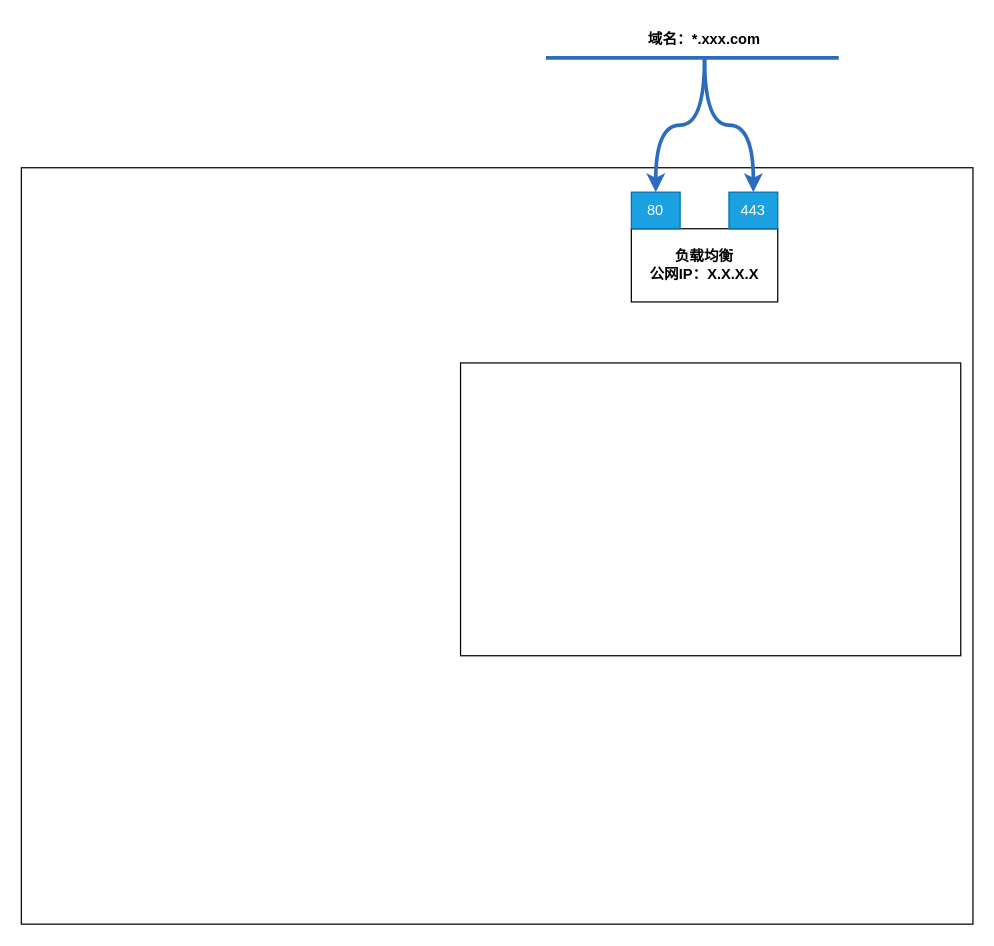
The draw.io diagram 汽车公司网络拓扑图-new.drawio in ammengke/my-drawio, before the edit. Source tidied: cells renumbered, new cells numbered last; positions are measured from the earlier drawing's top-left corner, leaving out a move shared by most shapes. Both pictures are drawn from the tidied source at 122%, with x=0, y=0 at pixel (21, 21).
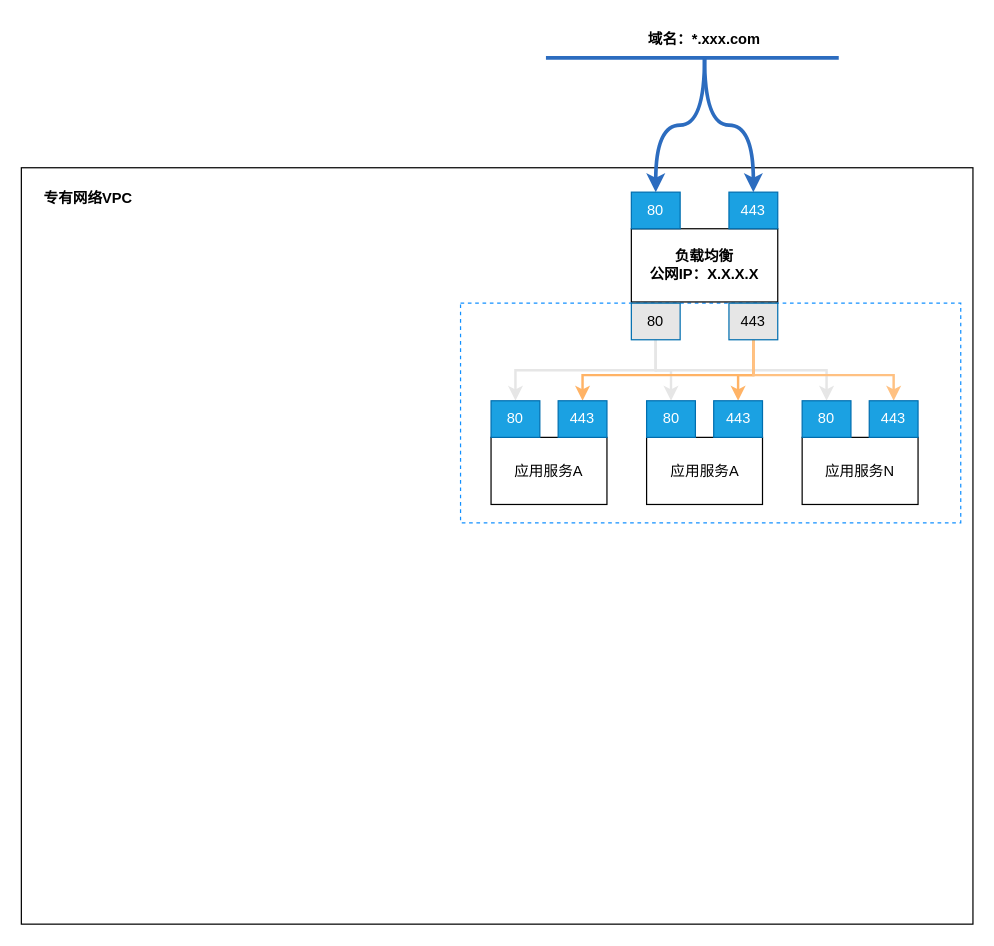
The same page after the edit.

Commit message (it also covers changes not shown here):
Update 汽车公司网络拓扑图-new.drawio

Change to the diagram source:
```diff
@@
-    <mxCell id="5" style="rounded=0;whiteSpace=wrap;html=1;" parent="1" vertex="1">
-      <mxGeometry x="360" y="280" width="410" height="240" as="geometry" />
+    <mxCell id="5" style="rounded=0;whiteSpace=wrap;html=1;dashed=1;strokeColor=#1290FF;" parent="1" vertex="1">
+      <mxGeometry x="360" y="231" width="410" height="180" as="geometry" />
     </mxCell>
@@
+    <mxCell id="11" value="应用服务A" style="rounded=0;whiteSpace=wrap;html=1;" parent="1" vertex="1">
+      <mxGeometry x="385" y="341" width="95" height="55" as="geometry" />
+    </mxCell>
+    <mxCell id="12" style="edgeStyle=elbowEdgeStyle;rounded=0;jettySize=auto;html=1;entryX=0.5;entryY=0;entryDx=0;entryDy=0;fontColor=#000000;strokeColor=#E6E6E6;strokeWidth=2;elbow=vertical;" parent="1" edge="1" source="17" target="22">
+      <mxGeometry relative="1" as="geometry" />
+    </mxCell>
+    <mxCell id="13" style="edgeStyle=elbowEdgeStyle;rounded=0;jettySize=auto;elbow=vertical;html=1;fontColor=#000000;strokeColor=#E6E6E6;strokeWidth=2;" parent="1" edge="1" source="17" target="26">
+      <mxGeometry relative="1" as="geometry" />
+    </mxCell>
+    <mxCell id="14" style="edgeStyle=elbowEdgeStyle;rounded=0;jettySize=auto;elbow=vertical;html=1;fontColor=#000000;strokeColor=#E6E6E6;strokeWidth=2;" parent="1" edge="1" source="17" target="5">
+      <mxGeometry relative="1" as="geometry" />
+    </mxCell>
+    <mxCell id="15" style="edgeStyle=elbowEdgeStyle;rounded=0;jettySize=auto;elbow=vertical;html=1;fontColor=#000000;strokeColor=#E6E6E6;strokeWidth=2;" parent="1" edge="1" source="17" target="5">
+      <mxGeometry relative="1" as="geometry" />
+    </mxCell>
+    <mxCell id="16" style="edgeStyle=elbowEdgeStyle;rounded=0;jettySize=auto;elbow=vertical;html=1;entryX=0.5;entryY=0;entryDx=0;entryDy=0;fontColor=#000000;strokeColor=#E6E6E6;strokeWidth=2;" parent="1" edge="1" source="17" target="28">
+      <mxGeometry relative="1" as="geometry" />
+    </mxCell>
+    <mxCell id="17" value="80" style="text;html=1;strokeColor=#006EAF;fillColor=#E6E6E6;align=center;verticalAlign=middle;whiteSpace=wrap;rounded=0;fontColor=#000000;" parent="1" vertex="1">
+      <mxGeometry x="500" y="231" width="40" height="30" as="geometry" />
+    </mxCell>
+    <mxCell id="18" style="edgeStyle=elbowEdgeStyle;rounded=0;jettySize=auto;elbow=vertical;html=1;fontColor=#000000;strokeColor=#FFB366;strokeWidth=2;" parent="1" edge="1" source="21" target="23">
+      <mxGeometry relative="1" as="geometry">
+        <Array as="points">
+          <mxPoint x="560" y="290" />
+          <mxPoint x="530" y="300" />
+        </Array>
+      </mxGeometry>
+    </mxCell>
+    <mxCell id="19" style="edgeStyle=elbowEdgeStyle;rounded=0;jettySize=auto;elbow=vertical;html=1;entryX=0.5;entryY=0;entryDx=0;entryDy=0;fontColor=#000000;strokeColor=#FFB366;strokeWidth=2;" parent="1" edge="1" source="21" target="27">
+      <mxGeometry relative="1" as="geometry">
+        <Array as="points">
+          <mxPoint x="600" y="290" />
+        </Array>
+      </mxGeometry>
+    </mxCell>
+    <mxCell id="20" style="edgeStyle=elbowEdgeStyle;rounded=0;jettySize=auto;elbow=vertical;html=1;fontColor=#000000;strokeColor=#FFC182;strokeWidth=2;" parent="1" edge="1" source="21" target="29">
+      <mxGeometry relative="1" as="geometry">
+        <Array as="points">
+          <mxPoint x="660" y="290" />
+        </Array>
+      </mxGeometry>
+    </mxCell>
+    <mxCell id="21" value="443" style="text;html=1;strokeColor=#006EAF;fillColor=#E6E6E6;align=center;verticalAlign=middle;whiteSpace=wrap;rounded=0;fontColor=#000000;" parent="1" vertex="1">
+      <mxGeometry x="580" y="231" width="40" height="30" as="geometry" />
+    </mxCell>
+    <mxCell id="22" value="80" style="text;html=1;strokeColor=#006EAF;fillColor=#1ba1e2;align=center;verticalAlign=middle;whiteSpace=wrap;rounded=0;fontColor=#ffffff;" parent="1" vertex="1">
+      <mxGeometry x="385" y="311" width="40" height="30" as="geometry" />
+    </mxCell>
+    <mxCell id="23" value="443" style="text;html=1;strokeColor=#006EAF;fillColor=#1ba1e2;align=center;verticalAlign=middle;whiteSpace=wrap;rounded=0;fontColor=#ffffff;" parent="1" vertex="1">
+      <mxGeometry x="440" y="311" width="40" height="30" as="geometry" />
+    </mxCell>
+    <mxCell id="24" value="应用服务A" style="rounded=0;whiteSpace=wrap;html=1;" parent="1" vertex="1">
+      <mxGeometry x="512.5" y="341" width="95" height="55" as="geometry" />
+    </mxCell>
+    <mxCell id="25" value="应用服务N" style="rounded=0;whiteSpace=wrap;html=1;" parent="1" vertex="1">
+      <mxGeometry x="640" y="341" width="95" height="55" as="geometry" />
+    </mxCell>
+    <mxCell id="26" value="80" style="text;html=1;strokeColor=#006EAF;fillColor=#1ba1e2;align=center;verticalAlign=middle;whiteSpace=wrap;rounded=0;fontColor=#ffffff;" parent="1" vertex="1">
+      <mxGeometry x="512.5" y="311" width="40" height="30" as="geometry" />
+    </mxCell>
+    <mxCell id="27" value="443" style="text;html=1;strokeColor=#006EAF;fillColor=#1ba1e2;align=center;verticalAlign=middle;whiteSpace=wrap;rounded=0;fontColor=#ffffff;" parent="1" vertex="1">
+      <mxGeometry x="567.5" y="311" width="40" height="30" as="geometry" />
+    </mxCell>
+    <mxCell id="28" value="80" style="text;html=1;strokeColor=#006EAF;fillColor=#1ba1e2;align=center;verticalAlign=middle;whiteSpace=wrap;rounded=0;fontColor=#ffffff;" parent="1" vertex="1">
+      <mxGeometry x="640" y="311" width="40" height="30" as="geometry" />
+    </mxCell>
+    <mxCell id="29" value="443" style="text;html=1;strokeColor=#006EAF;fillColor=#1ba1e2;align=center;verticalAlign=middle;whiteSpace=wrap;rounded=0;fontColor=#ffffff;" parent="1" vertex="1">
+      <mxGeometry x="695" y="311" width="40" height="30" as="geometry" />
+    </mxCell>
+    <mxCell id="30" value="专有网络VPC" style="text;html=1;strokeColor=none;fillColor=none;align=center;verticalAlign=middle;whiteSpace=wrap;rounded=0;dashed=1;fontColor=#000000;fontStyle=1;" parent="1" vertex="1">
+      <mxGeometry x="10" y="130" width="90" height="30" as="geometry" />
+    </mxCell>
```
